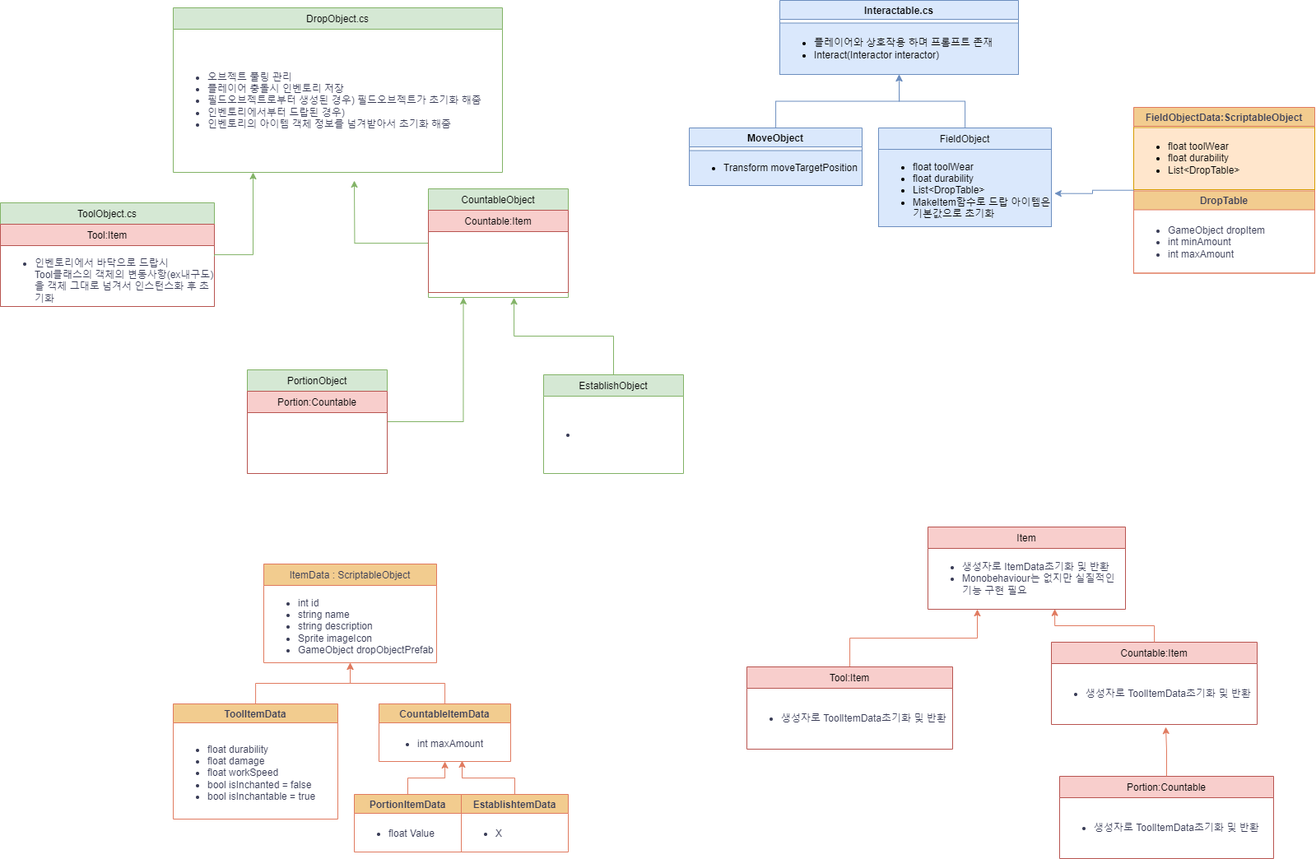
Above: 제목 없는 다이어그램.drawio.png in hae-seung/ddolking (draw.io), before the change. Source tidied: cells renumbered, new cells last; positions are measured from the earlier drawing's top-left corner, leaving out a move shared by most shapes.
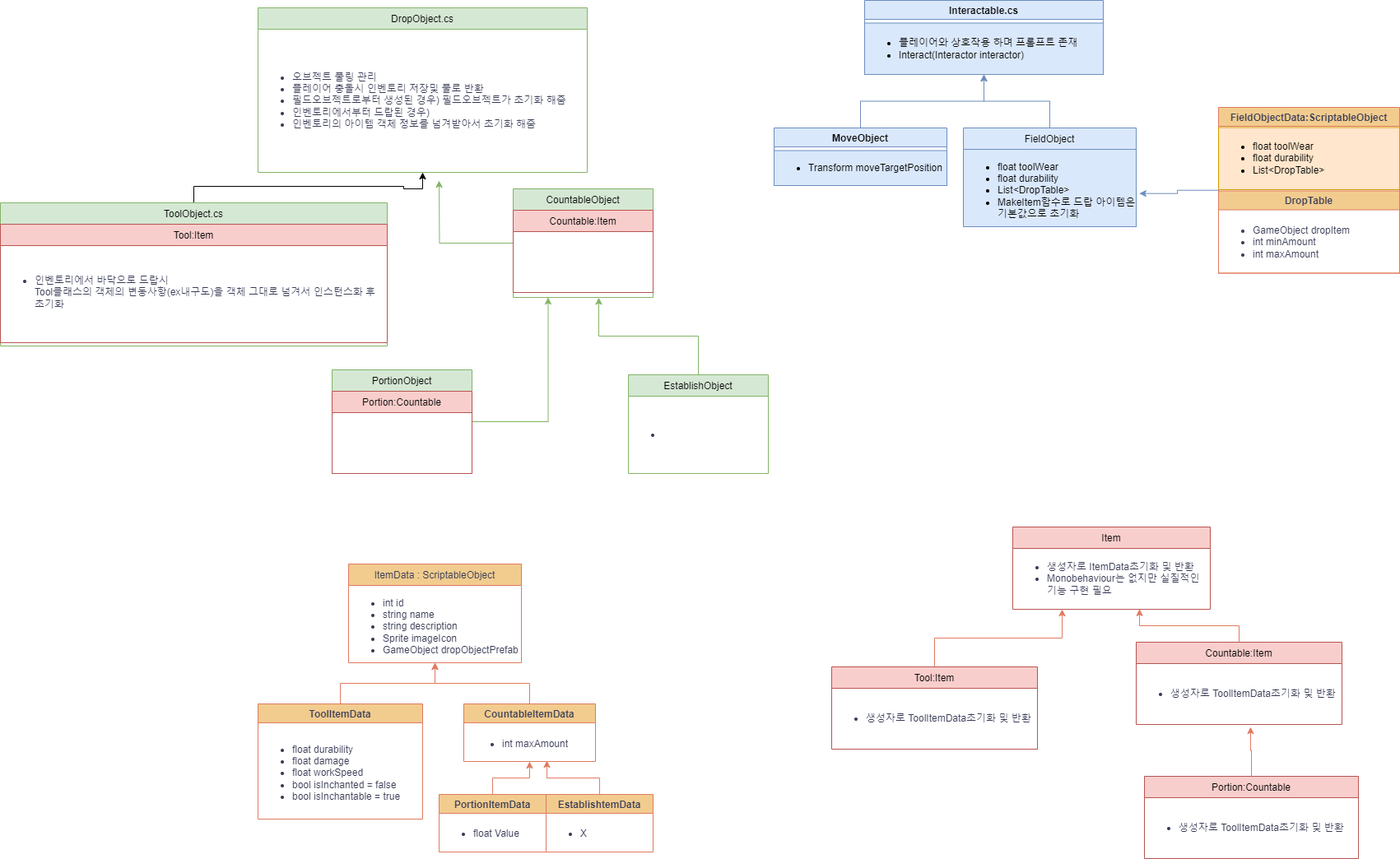
The same diagram one commit later.

Commit message:
제목 없는 다이어그램.drawio.png 업데이트

Diff of the diagram source:
```diff
@@ -80,17 +80,20 @@
     <mxCell id="27" value="DropObject.cs" style="swimlane;fontStyle=0;align=center;verticalAlign=top;horizontal=1;startSize=26;rounded=0;shadow=0;strokeWidth=1;labelBackgroundColor=none;fillColor=#d5e8d4;strokeColor=#82b366;" parent="1" vertex="1">
       <mxGeometry x="210" y="9" width="400" height="200" as="geometry" />
     </mxCell>
-    <mxCell id="28" value="&lt;ul&gt;&lt;li&gt;오브젝트 풀링 관리&lt;/li&gt;&lt;li&gt;플레이어 충돌시 인벤토리 저장&lt;/li&gt;&lt;li&gt;필드오브젝트로부터 생성된 경우) 필드오브젝트가 초기화 해줌&lt;/li&gt;&lt;li&gt;인벤토리에서부터 드랍된 경우)&lt;/li&gt;&lt;li&gt;인벤토리의 아이템 객체 정보를 넘겨받아서 초기화 해줌&lt;/li&gt;&lt;/ul&gt;" style="text;strokeColor=none;fillColor=none;html=1;whiteSpace=wrap;verticalAlign=middle;overflow=hidden;fontColor=#393C56;" parent="27" vertex="1">
+    <mxCell id="28" value="&lt;ul&gt;&lt;li&gt;오브젝트 풀링 관리&lt;/li&gt;&lt;li&gt;플레이어 충돌시 인벤토리 저장및 풀로 반환&lt;/li&gt;&lt;li&gt;필드오브젝트로부터 생성된 경우) 필드오브젝트가 초기화 해줌&lt;/li&gt;&lt;li&gt;인벤토리에서부터 드랍된 경우)&lt;/li&gt;&lt;li&gt;인벤토리의 아이템 객체 정보를 넘겨받아서 초기화 해줌&lt;/li&gt;&lt;/ul&gt;" style="text;strokeColor=none;fillColor=none;html=1;whiteSpace=wrap;verticalAlign=middle;overflow=hidden;fontColor=#393C56;" parent="27" vertex="1">
       <mxGeometry y="26" width="400" height="174" as="geometry" />
     </mxCell>
+    <mxCell id="57" style="edgeStyle=orthogonalEdgeStyle;rounded=0;jettySize=auto;html=1;entryX=0.5;entryY=1;entryDx=0;entryDy=0;" parent="1" edge="1" source="29" target="28">
+      <mxGeometry relative="1" as="geometry" />
+    </mxCell>
     <mxCell id="29" value="ToolObject.cs" style="swimlane;fontStyle=0;align=center;verticalAlign=top;horizontal=1;startSize=26;rounded=0;shadow=0;strokeWidth=1;labelBackgroundColor=none;fillColor=#d5e8d4;strokeColor=#82b366;" parent="1" vertex="1">
-      <mxGeometry y="246" width="260" height="126" as="geometry" />
+      <mxGeometry x="-103" y="246" width="470" height="174" as="geometry" />
     </mxCell>
     <mxCell id="30" value="Tool:Item" style="swimlane;fontStyle=0;align=center;verticalAlign=top;horizontal=1;startSize=26;rounded=0;shadow=0;strokeWidth=1;labelBackgroundColor=none;fillColor=#f8cecc;strokeColor=#b85450;" parent="29" vertex="1">
-      <mxGeometry y="26" width="260" height="100" as="geometry" />
+      <mxGeometry y="26" width="470" height="144" as="geometry" />
     </mxCell>
     <mxCell id="31" value="&lt;ul&gt;&lt;li&gt;인벤토리에서 바닥으로 드랍시&lt;br&gt;Tool클래스의 객체의 변동사항(ex내구도)을 객체 그대로 넘겨서 인스턴스화 후 초기화&lt;/li&gt;&lt;/ul&gt;" style="text;strokeColor=none;fillColor=none;html=1;whiteSpace=wrap;verticalAlign=middle;overflow=hidden;fontColor=#393C56;" parent="30" vertex="1">
-      <mxGeometry y="26" width="260" height="74" as="geometry" />
+      <mxGeometry y="26" width="470" height="114" as="geometry" />
     </mxCell>
     <mxCell id="32" value="EstablishtemData" style="swimlane;strokeColor=#E07A5F;fontColor=#393C56;fillColor=#F2CC8F;startSize=23;" parent="1" vertex="1">
       <mxGeometry x="560" y="965" width="130" height="70" as="geometry" />
@@ -116,16 +119,6 @@
     <mxCell id="39" value="&lt;ul&gt;&lt;li&gt;&lt;br&gt;&lt;/li&gt;&lt;/ul&gt;" style="text;strokeColor=none;fillColor=none;html=1;whiteSpace=wrap;verticalAlign=middle;overflow=hidden;fontColor=#393C56;" parent="38" vertex="1">
       <mxGeometry y="26" width="170" height="94" as="geometry" />
     </mxCell>
-    <mxCell id="40" style="edgeStyle=orthogonalEdgeStyle;rounded=0;orthogonalLoop=1;jettySize=auto;html=1;entryX=0.091;entryY=0.979;entryDx=0;entryDy=0;entryPerimeter=0;strokeColor=#82b366;fontColor=#393C56;fillColor=#d5e8d4;" parent="1" edge="1">
-      <mxGeometry relative="1" as="geometry">
-        <mxPoint x="260" y="311" as="sourcePoint" />
-        <mxPoint x="307" y="209" as="targetPoint" />
-        <Array as="points">
-          <mxPoint x="260" y="309" />
-          <mxPoint x="307" y="309" />
-        </Array>
-      </mxGeometry>
-    </mxCell>
     <mxCell id="41" value="Item" style="swimlane;fontStyle=0;align=center;verticalAlign=top;horizontal=1;startSize=26;rounded=0;shadow=0;strokeWidth=1;labelBackgroundColor=none;fillColor=#f8cecc;strokeColor=#b85450;" parent="1" vertex="1">
       <mxGeometry x="1127" y="640" width="240" height="100" as="geometry" />
     </mxCell>
```
